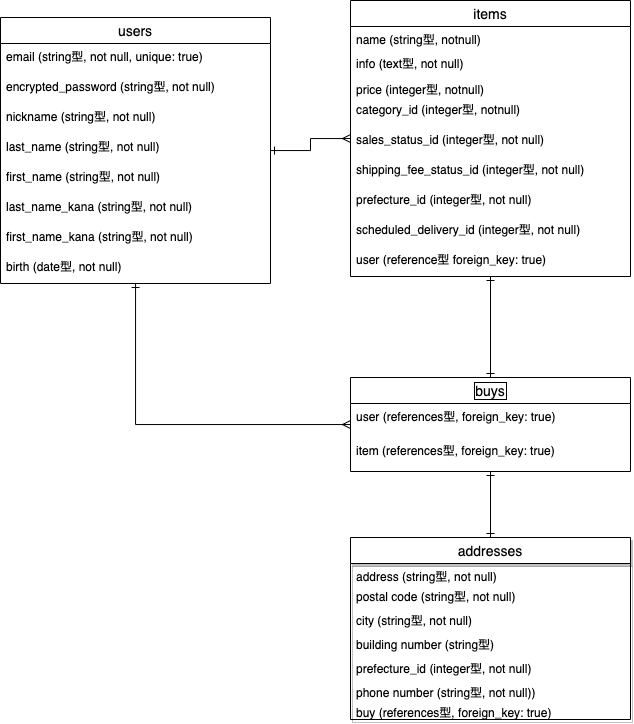
Before: test.drawio.png, a diagram exported from draw.io (teru0429/furima-33042). Source tidied: cells renumbered, new cells last; positions are measured from the earlier drawing's top-left corner, leaving out a move shared by most shapes.
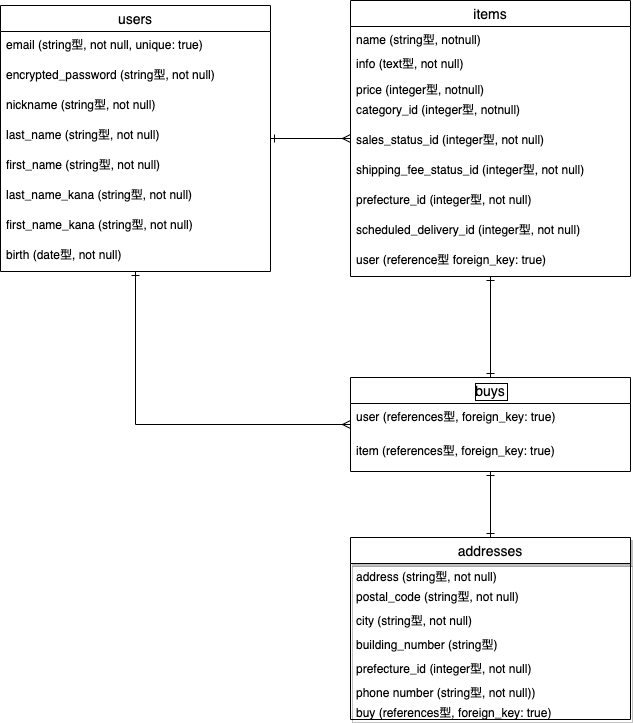
The same file after the commit.

The edit, as a diff of the source:
```diff
@@ -3,7 +3,7 @@
     <mxCell id="0" />
     <mxCell id="1" parent="0" />
     <mxCell id="2" value="users" style="swimlane;fontStyle=0;horizontal=1;startSize=26;align=center;fontSize=14;" parent="1" vertex="1">
-      <mxGeometry y="17" width="270" height="266" as="geometry" />
+      <mxGeometry y="5" width="270" height="266" as="geometry" />
     </mxCell>
     <mxCell id="3" value="email (string型, not null, unique: true)" style="text;strokeColor=none;fillColor=none;spacingLeft=4;spacingRight=4;overflow=hidden;fontSize=12;" parent="2" vertex="1">
       <mxGeometry y="26" width="270" height="30" as="geometry" />
@@ -77,13 +77,13 @@
     <mxCell id="26" value="address (string型, not null)" style="text;strokeColor=none;fillColor=none;spacingLeft=4;spacingRight=4;overflow=hidden;fontSize=12;" parent="25" vertex="1">
       <mxGeometry y="26" width="280" height="20" as="geometry" />
     </mxCell>
-    <mxCell id="27" value="postal code (string型, not null)" style="text;strokeColor=none;fillColor=none;spacingLeft=4;spacingRight=4;overflow=hidden;fontSize=12;" parent="25" vertex="1">
+    <mxCell id="27" value="postal_code (string型, not null)" style="text;strokeColor=none;fillColor=none;spacingLeft=4;spacingRight=4;overflow=hidden;fontSize=12;" parent="25" vertex="1">
       <mxGeometry y="46" width="280" height="24" as="geometry" />
     </mxCell>
     <mxCell id="28" value="city (string型, not null)" style="text;strokeColor=none;fillColor=none;spacingLeft=4;spacingRight=4;overflow=hidden;fontSize=12;" parent="25" vertex="1">
       <mxGeometry y="70" width="280" height="24" as="geometry" />
     </mxCell>
-    <mxCell id="29" value="building number (string型)" style="text;strokeColor=none;fillColor=none;spacingLeft=4;spacingRight=4;overflow=hidden;fontSize=12;" parent="25" vertex="1">
+    <mxCell id="29" value="building_number (string型)" style="text;strokeColor=none;fillColor=none;spacingLeft=4;spacingRight=4;overflow=hidden;fontSize=12;" parent="25" vertex="1">
       <mxGeometry y="94" width="280" height="24" as="geometry" />
     </mxCell>
     <mxCell id="30" value="prefecture_id (integer型, not null)" style="text;strokeColor=none;fillColor=none;spacingLeft=4;spacingRight=4;overflow=hidden;fontSize=12;" parent="25" vertex="1">
```
